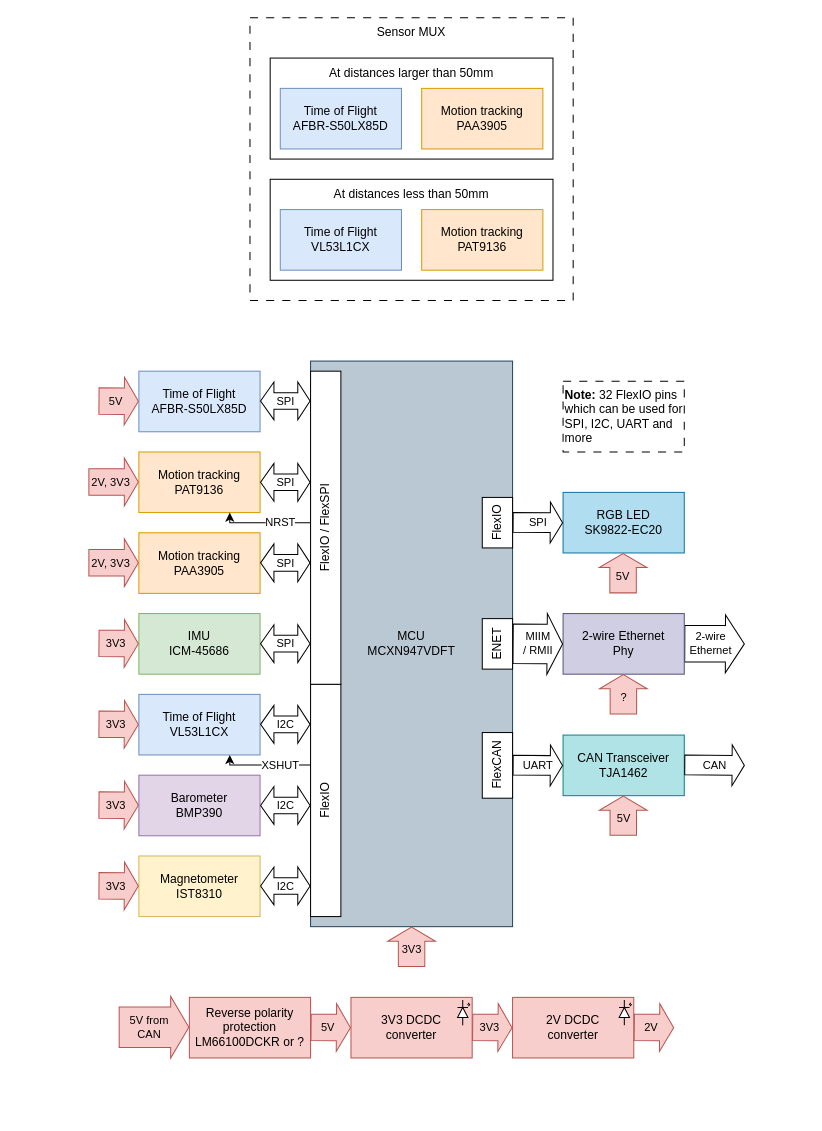
Before: architecture/Architecture diagram.drawio in CogniPilot/spinali_mcxn_t1_shields, a draw.io diagram. Source tidied: cells renumbered, new cells numbered last; positions are measured from the earlier drawing's top-left corner, leaving out a move shared by most shapes. Both pictures are drawn from the tidied source at 101%, with x=0, y=0 at pixel (88, 17).
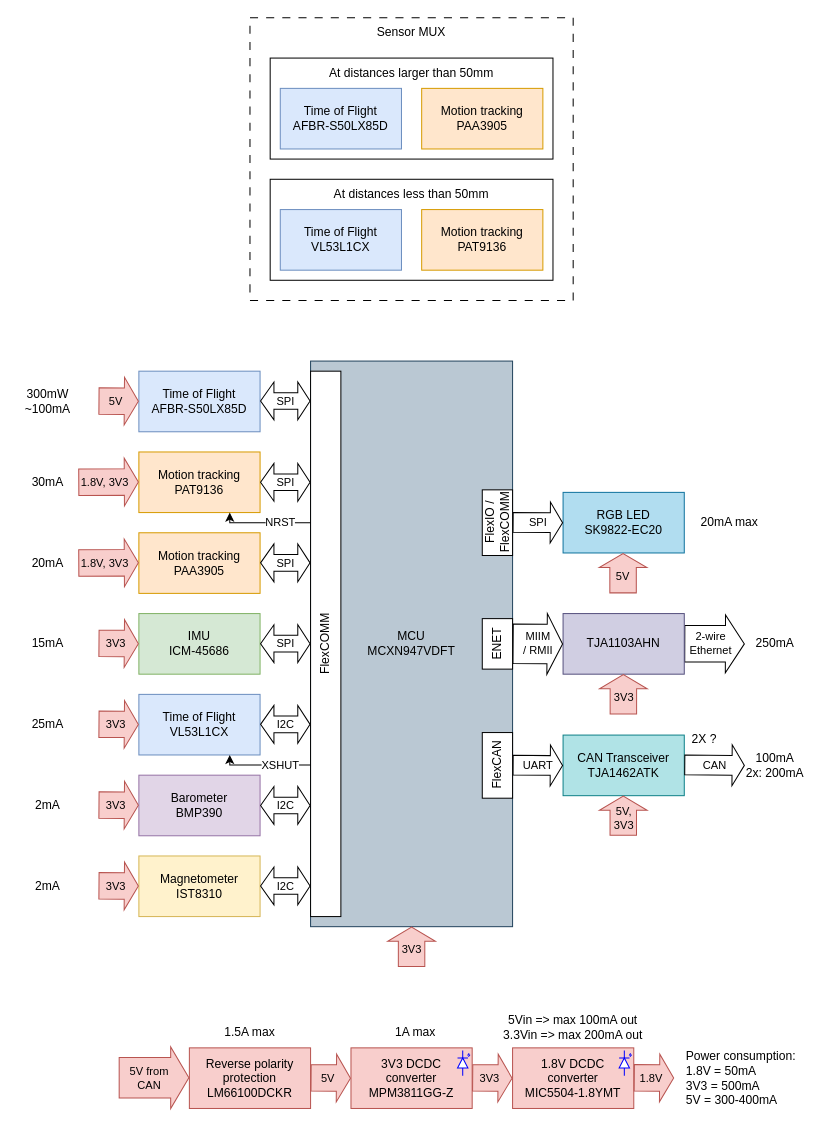
The same page after the edit.

Commit message (it also covers changes not shown here):
Updated architecture design after a little bit of feedback from Jari. Added current consumption per supply voltage. Added better 1.8V regulator.

The edit, as a diff of the source:
```diff
@@
-    <mxCell id="11" value="Reverse polarity protection&lt;div&gt;LM66100DCKR or ?&lt;/div&gt;" style="rounded=0;whiteSpace=wrap;html=1;fillColor=#f8cecc;strokeColor=#b85450;" parent="1" vertex="1">
-      <mxGeometry x="100" y="970" width="120" height="60" as="geometry" />
+    <mxCell id="11" value="Reverse polarity protection&lt;div&gt;LM66100DCKR&lt;/div&gt;" style="rounded=0;whiteSpace=wrap;html=1;fillColor=#f8cecc;strokeColor=#b85450;" parent="1" vertex="1">
+      <mxGeometry x="100" y="1020" width="120" height="60" as="geometry" />
     </mxCell>
-    <mxCell id="12" value="CAN Transceiver&lt;div&gt;TJA1462&lt;/div&gt;" style="rounded=0;whiteSpace=wrap;html=1;fillColor=#b0e3e6;strokeColor=#0e8088;" parent="1" vertex="1">
+    <mxCell id="12" value="CAN Transceiver&lt;div&gt;TJA1462ATK&lt;/div&gt;" style="rounded=0;whiteSpace=wrap;html=1;fillColor=#b0e3e6;strokeColor=#0e8088;" parent="1" vertex="1">
       <mxGeometry x="470" y="710.3" width="120" height="60" as="geometry" />
     </mxCell>
     <mxCell id="13" value="5V from&lt;div&gt;CAN&lt;/div&gt;" style="shape=flexArrow;endArrow=classic;html=1;rounded=0;width=40;endSize=5.67;fillColor=#f8cecc;strokeColor=#b85450;labelBackgroundColor=none;align=center;" parent="1" edge="1">
       <mxGeometry x="-0.15" relative="1" as="geometry">
-        <mxPoint x="30" y="999.6" as="sourcePoint" />
-        <mxPoint x="100" y="999.6" as="targetPoint" />
+        <mxPoint x="30" y="1049.6" as="sourcePoint" />
+        <mxPoint x="100" y="1049.6" as="targetPoint" />
       </mxGeometry>
     </mxCell>
-    <mxCell id="14" style="group;" parent="1" vertex="1">
-      <mxGeometry x="420" y="970" width="120" height="60" as="geometry" />
-    </mxCell>
-    <mxCell id="15" value="2V DCDC&lt;div&gt;converter&lt;/div&gt;" style="rounded=0;whiteSpace=wrap;html=1;fillColor=#f8cecc;strokeColor=#b85450;" parent="14" vertex="1">
-      <mxGeometry width="120" height="60" as="geometry" />
-    </mxCell>
-    <mxCell id="16" style="verticalLabelPosition=bottom;shadow=0;dashed=0;align=center;html=1;verticalAlign=top;shape=mxgraph.electrical.opto_electronics.led_2;rotation=-90;flipV=1;" parent="14" vertex="1">
-      <mxGeometry x="99" y="9" width="25" height="12" as="geometry" />
-    </mxCell>
     <mxCell id="17" style="group;" parent="1" vertex="1">
-      <mxGeometry x="260" y="970" width="120" height="60" as="geometry" />
+      <mxGeometry x="260" y="1020" width="120" height="60" as="geometry" />
     </mxCell>
-    <mxCell id="18" value="3V3 DCDC&lt;div&gt;converter&lt;/div&gt;" style="rounded=0;whiteSpace=wrap;html=1;fillColor=#f8cecc;strokeColor=#b85450;" parent="17" vertex="1">
+    <mxCell id="18" value="3V3 DCDC&lt;div&gt;converter&lt;/div&gt;&lt;div&gt;MPM3811GG-Z&lt;br&gt;&lt;/div&gt;" style="rounded=0;whiteSpace=wrap;html=1;fillColor=#f8cecc;strokeColor=#b85450;" parent="17" vertex="1">
       <mxGeometry width="120" height="60" as="geometry" />
     </mxCell>
-    <mxCell id="19" style="verticalLabelPosition=bottom;shadow=0;dashed=0;align=center;html=1;verticalAlign=top;shape=mxgraph.electrical.opto_electronics.led_2;rotation=-90;flipV=1;" parent="17" vertex="1">
+    <mxCell id="19" style="verticalLabelPosition=bottom;shadow=0;dashed=0;align=center;html=1;verticalAlign=top;shape=mxgraph.electrical.opto_electronics.led_2;rotation=-90;flipV=1;strokeColor=#0000FF;" parent="17" vertex="1">
       <mxGeometry x="99" y="9" width="25" height="12" as="geometry" />
     </mxCell>
@@
-    <mxCell id="23" value="2-wire Ethernet&lt;div&gt;Phy&lt;/div&gt;" style="rounded=0;whiteSpace=wrap;html=1;fillColor=#d0cee2;strokeColor=#56517e;" parent="1" vertex="1">
+    <mxCell id="23" value="TJA1103AHN" style="rounded=0;whiteSpace=wrap;html=1;fillColor=#d0cee2;strokeColor=#56517e;" parent="1" vertex="1">
       <mxGeometry x="470" y="590" width="120" height="60" as="geometry" />
     </mxCell>
@@
     <mxCell id="25" value="5V" style="shape=flexArrow;endArrow=classic;html=1;rounded=0;width=26.20689655172414;endSize=4.30344827586207;fillColor=#f8cecc;strokeColor=#b85450;labelBackgroundColor=none;align=center;" parent="1" edge="1">
       <mxGeometry x="-0.15" relative="1" as="geometry">
-        <mxPoint x="220" y="999.7" as="sourcePoint" />
-        <mxPoint x="260" y="1000" as="targetPoint" />
+        <mxPoint x="220" y="1049.7" as="sourcePoint" />
+        <mxPoint x="260" y="1050" as="targetPoint" />
       </mxGeometry>
     </mxCell>
     <mxCell id="26" value="3V3" style="shape=flexArrow;endArrow=classic;html=1;rounded=0;width=26.20689655172414;endSize=4.30344827586207;fillColor=#f8cecc;strokeColor=#b85450;labelBackgroundColor=none;align=center;" parent="1" edge="1">
       <mxGeometry x="-0.15" relative="1" as="geometry">
-        <mxPoint x="380" y="999.7" as="sourcePoint" />
-        <mxPoint x="420" y="1000" as="targetPoint" />
+        <mxPoint x="380" y="1049.7" as="sourcePoint" />
+        <mxPoint x="420" y="1050" as="targetPoint" />
       </mxGeometry>
     </mxCell>
-    <mxCell id="27" value="2V" style="shape=flexArrow;endArrow=classic;html=1;rounded=0;width=26.20689655172414;endSize=4.30344827586207;fillColor=#f8cecc;strokeColor=#b85450;labelBackgroundColor=none;align=center;" parent="1" edge="1">
-      <mxGeometry x="-0.15" relative="1" as="geometry">
-        <mxPoint x="540" y="999.7" as="sourcePoint" />
-        <mxPoint x="580" y="1000" as="targetPoint" />
-      </mxGeometry>
-    </mxCell>
-    <mxCell id="28" value="2V, 3V3" style="shape=flexArrow;endArrow=classic;html=1;rounded=0;width=26.20689655172414;endSize=4.30344827586207;fillColor=#f8cecc;strokeColor=#b85450;labelBackgroundColor=none;align=center;" parent="1" edge="1">
+    <mxCell id="28" value="1.8V, 3V3" style="shape=flexArrow;endArrow=classic;html=1;rounded=0;width=26.20689655172414;endSize=4.30344827586207;fillColor=#f8cecc;strokeColor=#b85450;labelBackgroundColor=none;align=center;exitX=1;exitY=0.5;exitDx=0;exitDy=0;" parent="1" edge="1" source="71">
       <mxGeometry x="-0.14" relative="1" as="geometry">
-        <mxPoint y="539.7" as="sourcePoint" />
         <mxPoint x="50" y="539.7" as="targetPoint" />
       </mxGeometry>
     </mxCell>
@@
-    <mxCell id="35" value="2V, 3V3" style="shape=flexArrow;endArrow=classic;html=1;rounded=0;width=26.20689655172414;endSize=4.30344827586207;fillColor=#f8cecc;strokeColor=#b85450;labelBackgroundColor=none;align=center;" parent="1" edge="1">
+    <mxCell id="35" value="1.8V, 3V3" style="shape=flexArrow;endArrow=classic;html=1;rounded=0;width=26.20689655172414;endSize=4.30344827586207;fillColor=#f8cecc;strokeColor=#b85450;labelBackgroundColor=none;align=center;exitX=1;exitY=0.5;exitDx=0;exitDy=0;" parent="1" edge="1" source="72">
       <mxGeometry x="-0.14" relative="1" as="geometry">
-        <mxPoint y="459.7" as="sourcePoint" />
         <mxPoint x="50" y="459.7" as="targetPoint" />
       </mxGeometry>
     </mxCell>
-    <mxCell id="36" value="5V" style="shape=flexArrow;endArrow=classic;html=1;rounded=0;width=26.20689655172414;endSize=4.30344827586207;fillColor=#f8cecc;strokeColor=#b85450;labelBackgroundColor=none;align=center;" parent="1" edge="1">
+    <mxCell id="36" value="5V,&lt;div&gt;3V3&lt;/div&gt;" style="shape=flexArrow;endArrow=classic;html=1;rounded=0;width=26.20689655172414;endSize=4.30344827586207;fillColor=#f8cecc;strokeColor=#b85450;labelBackgroundColor=none;align=center;" parent="1" edge="1">
       <mxGeometry x="-0.15" relative="1" as="geometry">
         <mxPoint x="529.6" y="810" as="sourcePoint" />
         <mxPoint x="529.6" y="770.3" as="targetPoint" />
       </mxGeometry>
     </mxCell>
@@
-    <mxCell id="47" value="FlexIO" style="rounded=0;whiteSpace=wrap;html=1;horizontal=0;" parent="1" vertex="1">
-      <mxGeometry x="220" y="660" width="30" height="230" as="geometry" />
-    </mxCell>
@@
-    <mxCell id="49" value="FlexIO" style="rounded=0;whiteSpace=wrap;html=1;horizontal=0;" parent="1" vertex="1">
-      <mxGeometry x="390" y="475" width="30" height="50" as="geometry" />
+    <mxCell id="49" value="FlexIO / FlexCOMM" style="rounded=0;whiteSpace=wrap;html=1;horizontal=0;" parent="1" vertex="1">
+      <mxGeometry x="390" y="467.5" width="30" height="65" as="geometry" />
     </mxCell>
@@
-    <mxCell id="51" value="FlexIO / FlexSPI" style="rounded=0;whiteSpace=wrap;html=1;horizontal=0;" parent="1" vertex="1">
-      <mxGeometry x="220" y="350" width="30" height="310" as="geometry" />
+    <mxCell id="51" value="FlexCOMM" style="rounded=0;whiteSpace=wrap;html=1;horizontal=0;" parent="1" vertex="1">
+      <mxGeometry x="220" y="350" width="30" height="540" as="geometry" />
     </mxCell>
@@
-    <mxCell id="65" value="?" style="shape=flexArrow;endArrow=classic;html=1;rounded=0;width=26.20689655172414;endSize=4.30344827586207;fillColor=#f8cecc;strokeColor=#b85450;labelBackgroundColor=none;align=center;" parent="1" edge="1">
+    <mxCell id="65" value="3V3" style="shape=flexArrow;endArrow=classic;html=1;rounded=0;width=26.20689655172414;endSize=4.30344827586207;fillColor=#f8cecc;strokeColor=#b85450;labelBackgroundColor=none;align=center;" parent="1" edge="1">
       <mxGeometry x="-0.15" relative="1" as="geometry">
         <mxPoint x="529.7" y="690" as="sourcePoint" />
         <mxPoint x="529.7" y="650" as="targetPoint" />
       </mxGeometry>
     </mxCell>
-    <mxCell id="66" value="&lt;b&gt;Note:&lt;/b&gt; 32 FlexIO pins which can be used for SPI, I2C, UART and more" style="rounded=0;whiteSpace=wrap;html=1;dashed=1;dashPattern=8 8;align=left;verticalAlign=top;" parent="1" vertex="1">
-      <mxGeometry x="470" y="360" width="120" height="70" as="geometry" />
-    </mxCell>
+    <mxCell id="67" value="2X ?" style="text;html=1;align=center;verticalAlign=middle;whiteSpace=wrap;rounded=0;" parent="1" vertex="1">
+      <mxGeometry x="580" y="700" width="60" height="30" as="geometry" />
+    </mxCell>
+    <mxCell id="68" value="100mA&lt;div&gt;2x: 200mA&lt;/div&gt;" style="text;html=1;align=center;verticalAlign=middle;whiteSpace=wrap;rounded=0;" parent="1" vertex="1">
+      <mxGeometry x="650" y="725" width="60" height="30" as="geometry" />
+    </mxCell>
+    <mxCell id="69" value="25mA" style="text;html=1;align=center;verticalAlign=middle;whiteSpace=wrap;rounded=0;" parent="1" vertex="1">
+      <mxGeometry x="-70" y="685" width="60" height="30" as="geometry" />
+    </mxCell>
+    <mxCell id="70" value="300mW&lt;div&gt;~100mA&lt;/div&gt;" style="text;html=1;align=center;verticalAlign=middle;whiteSpace=wrap;rounded=0;" parent="1" vertex="1">
+      <mxGeometry x="-70" y="365" width="60" height="30" as="geometry" />
+    </mxCell>
+    <mxCell id="71" value="20mA" style="text;html=1;align=center;verticalAlign=middle;whiteSpace=wrap;rounded=0;" parent="1" vertex="1">
+      <mxGeometry x="-70" y="525" width="60" height="30" as="geometry" />
+    </mxCell>
+    <mxCell id="72" value="30mA" style="text;html=1;align=center;verticalAlign=middle;whiteSpace=wrap;rounded=0;" parent="1" vertex="1">
+      <mxGeometry x="-70" y="445" width="60" height="30" as="geometry" />
+    </mxCell>
+    <mxCell id="73" value="15mA" style="text;html=1;align=center;verticalAlign=middle;whiteSpace=wrap;rounded=0;" parent="1" vertex="1">
+      <mxGeometry x="-70" y="605" width="60" height="30" as="geometry" />
+    </mxCell>
+    <mxCell id="74" value="2mA" style="text;html=1;align=center;verticalAlign=middle;whiteSpace=wrap;rounded=0;" parent="1" vertex="1">
+      <mxGeometry x="-70" y="765" width="60" height="30" as="geometry" />
+    </mxCell>
+    <mxCell id="75" value="2mA" style="text;html=1;align=center;verticalAlign=middle;whiteSpace=wrap;rounded=0;" parent="1" vertex="1">
+      <mxGeometry x="-70" y="845" width="60" height="30" as="geometry" />
+    </mxCell>
+    <mxCell id="76" value="20mA max" style="text;html=1;align=center;verticalAlign=middle;whiteSpace=wrap;rounded=0;" parent="1" vertex="1">
+      <mxGeometry x="600" y="485" width="70" height="30" as="geometry" />
+    </mxCell>
+    <mxCell id="77" value="1.5A max" style="text;html=1;align=center;verticalAlign=middle;whiteSpace=wrap;rounded=0;" parent="1" vertex="1">
+      <mxGeometry x="130" y="990" width="60" height="30" as="geometry" />
+    </mxCell>
+    <mxCell id="78" value="1A max" style="text;html=1;align=center;verticalAlign=middle;whiteSpace=wrap;rounded=0;" parent="1" vertex="1">
+      <mxGeometry x="294" y="990" width="60" height="30" as="geometry" />
+    </mxCell>
+    <mxCell id="79" value="&lt;div&gt;Power consumption:&lt;/div&gt;1.8V = 50mA&lt;div&gt;3V3 = 500mA&lt;/div&gt;&lt;div&gt;5V = 300-400mA&lt;/div&gt;" style="text;html=1;align=left;verticalAlign=middle;whiteSpace=wrap;rounded=0;" parent="1" vertex="1">
+      <mxGeometry x="590" y="1015" width="120" height="70" as="geometry" />
+    </mxCell>
+    <mxCell id="80" value="250mA" style="text;html=1;align=center;verticalAlign=middle;whiteSpace=wrap;rounded=0;" parent="1" vertex="1">
+      <mxGeometry x="650" y="605" width="60" height="30" as="geometry" />
+    </mxCell>
+    <mxCell id="81" value="5Vin =&amp;gt; max 100mA out&lt;div&gt;3.3Vin =&amp;gt; max 200mA out&lt;/div&gt;" style="text;html=1;align=center;verticalAlign=middle;whiteSpace=wrap;rounded=0;" parent="1" vertex="1">
+      <mxGeometry x="405" y="980" width="150" height="40" as="geometry" />
+    </mxCell>
+    <mxCell id="82" style="group;" parent="1" vertex="1">
+      <mxGeometry x="420" y="1020" width="120" height="60" as="geometry" />
+    </mxCell>
+    <mxCell id="83" value="1.8V DCDC&lt;div&gt;converter&lt;/div&gt;&lt;div&gt;MIC5504-1.8YMT&lt;/div&gt;" style="rounded=0;whiteSpace=wrap;html=1;fillColor=#f8cecc;strokeColor=#b85450;" parent="82" vertex="1">
+      <mxGeometry width="120" height="60" as="geometry" />
+    </mxCell>
+    <mxCell id="84" style="verticalLabelPosition=bottom;shadow=0;dashed=0;align=center;html=1;verticalAlign=top;shape=mxgraph.electrical.opto_electronics.led_2;rotation=-90;flipV=1;strokeColor=#0000FF;" parent="82" vertex="1">
+      <mxGeometry x="99" y="9" width="25" height="12" as="geometry" />
+    </mxCell>
+    <mxCell id="85" value="1.8V" style="shape=flexArrow;endArrow=classic;html=1;rounded=0;width=26.20689655172414;endSize=4.30344827586207;fillColor=#f8cecc;strokeColor=#b85450;labelBackgroundColor=none;align=center;" parent="1" edge="1">
+      <mxGeometry x="-0.15" relative="1" as="geometry">
+        <mxPoint x="540" y="1049.6" as="sourcePoint" />
+        <mxPoint x="580" y="1049.9" as="targetPoint" />
+      </mxGeometry>
+    </mxCell>
```
